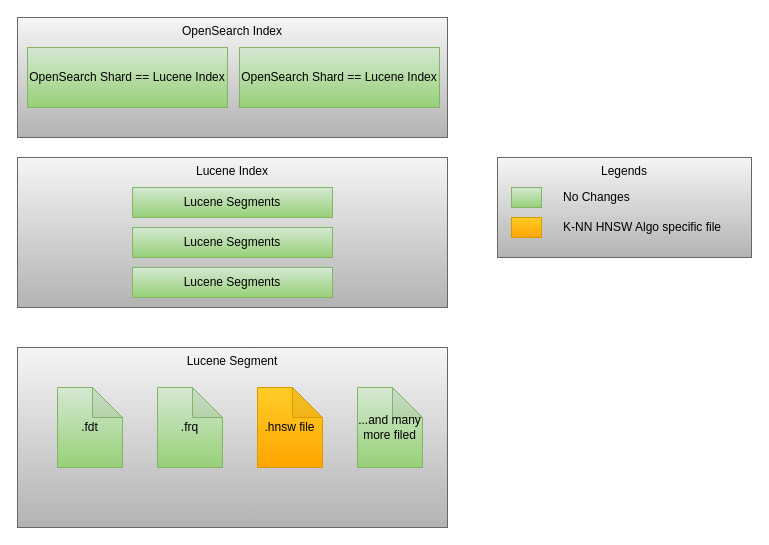
Earlier version of the draw.io diagram page "Architecture HLD" (2 of 2) of OpenSearch/FaissEfficientFiltering.drawio (navneet1v/FlowDiagram). Source tidied: cells renumbered, new cells numbered last; positions are measured from the earlier drawing's top-left corner, leaving out a move shared by most shapes. Both pictures are drawn from the tidied source at 100%, with x=0, y=0 at pixel (17, 17).
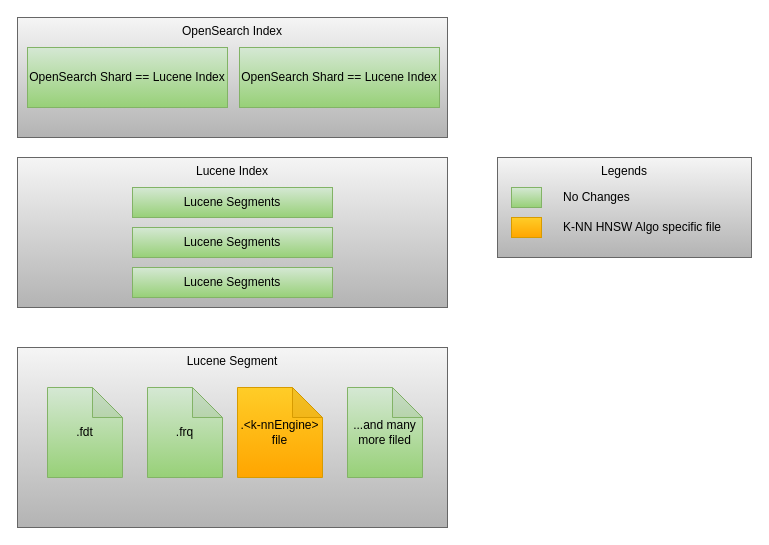
The same diagram, later.

Diff of the diagram source:
```diff
@@
 <mxGraphModel>
   <root>
     <mxCell id="0" />
     <mxCell id="1" parent="0" />
     <mxCell id="2" value="OpenSearch Index" style="rounded=0;whiteSpace=wrap;html=1;verticalAlign=top;fillColor=#f5f5f5;gradientColor=#b3b3b3;strokeColor=#666666;" parent="1" vertex="1">
       <mxGeometry width="430" height="120" as="geometry" />
     </mxCell>
     <mxCell id="3" value="Lucene Index" style="rounded=0;whiteSpace=wrap;html=1;verticalAlign=top;fillColor=#f5f5f5;gradientColor=#b3b3b3;strokeColor=#666666;" parent="1" vertex="1">
       <mxGeometry y="140" width="430" height="150" as="geometry" />
     </mxCell>
     <mxCell id="4" value="Lucene Segment" style="rounded=0;whiteSpace=wrap;html=1;verticalAlign=top;fillColor=#f5f5f5;gradientColor=#b3b3b3;strokeColor=#666666;" parent="1" vertex="1">
       <mxGeometry y="330" width="430" height="180" as="geometry" />
     </mxCell>
     <mxCell id="5" value="OpenSearch Shard == Lucene Index" style="rounded=0;whiteSpace=wrap;html=1;fillColor=#d5e8d4;gradientColor=#97d077;strokeColor=#82b366;" parent="1" vertex="1">
       <mxGeometry x="10" y="30" width="200" height="60" as="geometry" />
     </mxCell>
     <mxCell id="6" value="OpenSearch Shard == Lucene Index" style="rounded=0;whiteSpace=wrap;html=1;fillColor=#d5e8d4;gradientColor=#97d077;strokeColor=#82b366;" parent="1" vertex="1">
       <mxGeometry x="222" y="30" width="200" height="60" as="geometry" />
     </mxCell>
     <mxCell id="7" value="Lucene Segments" style="rounded=0;whiteSpace=wrap;html=1;fillColor=#d5e8d4;gradientColor=#97d077;strokeColor=#82b366;" parent="1" vertex="1">
       <mxGeometry x="115" y="170" width="200" height="30" as="geometry" />
     </mxCell>
     <mxCell id="8" value="Lucene Segments" style="rounded=0;whiteSpace=wrap;html=1;fillColor=#d5e8d4;gradientColor=#97d077;strokeColor=#82b366;" parent="1" vertex="1">
       <mxGeometry x="115" y="210" width="200" height="30" as="geometry" />
     </mxCell>
     <mxCell id="9" value="Lucene Segments" style="rounded=0;whiteSpace=wrap;html=1;fillColor=#d5e8d4;gradientColor=#97d077;strokeColor=#82b366;" parent="1" vertex="1">
       <mxGeometry x="115" y="250" width="200" height="30" as="geometry" />
     </mxCell>
     <mxCell id="10" value=".frq" style="shape=note;whiteSpace=wrap;html=1;backgroundOutline=1;darkOpacity=0.05;fillColor=#d5e8d4;gradientColor=#97d077;strokeColor=#82b366;" parent="1" vertex="1">
-      <mxGeometry x="140" y="370" width="65" height="80" as="geometry" />
+      <mxGeometry x="130" y="370" width="75" height="90" as="geometry" />
     </mxCell>
-    <mxCell id="11" value=".hnsw file" style="shape=note;whiteSpace=wrap;html=1;backgroundOutline=1;darkOpacity=0.05;fillColor=#ffcd28;gradientColor=#ffa500;strokeColor=#d79b00;" parent="1" vertex="1">
-      <mxGeometry x="240" y="370" width="65" height="80" as="geometry" />
+    <mxCell id="11" value=".&amp;lt;k-nnEngine&amp;gt; file" style="shape=note;whiteSpace=wrap;html=1;backgroundOutline=1;darkOpacity=0.05;fillColor=#ffcd28;gradientColor=#ffa500;strokeColor=#d79b00;" parent="1" vertex="1">
+      <mxGeometry x="220" y="370" width="85" height="90" as="geometry" />
     </mxCell>
     <mxCell id="12" value="...and many more filed" style="shape=note;whiteSpace=wrap;html=1;backgroundOutline=1;darkOpacity=0.05;fillColor=#d5e8d4;gradientColor=#97d077;strokeColor=#82b366;" parent="1" vertex="1">
-      <mxGeometry x="340" y="370" width="65" height="80" as="geometry" />
+      <mxGeometry x="330" y="370" width="75" height="90" as="geometry" />
     </mxCell>
     <mxCell id="13" value=".fdt" style="shape=note;whiteSpace=wrap;html=1;backgroundOutline=1;darkOpacity=0.05;fillColor=#d5e8d4;gradientColor=#97d077;strokeColor=#82b366;" parent="1" vertex="1">
-      <mxGeometry x="40" y="370" width="65" height="80" as="geometry" />
+      <mxGeometry x="30" y="370" width="75" height="90" as="geometry" />
     </mxCell>
     <mxCell id="14" value="Legends" style="rounded=0;whiteSpace=wrap;html=1;verticalAlign=top;fillColor=#f5f5f5;gradientColor=#b3b3b3;strokeColor=#666666;" parent="1" vertex="1">
       <mxGeometry x="480" y="140" width="254" height="100" as="geometry" />
     </mxCell>
     <mxCell id="15" style="rounded=0;whiteSpace=wrap;html=1;fillColor=#d5e8d4;gradientColor=#97d077;strokeColor=#82b366;" parent="1" vertex="1">
       <mxGeometry x="494" y="170" width="30" height="20" as="geometry" />
     </mxCell>
     <mxCell id="16" value="No Changes&amp;nbsp;" style="text;html=1;strokeColor=none;fillColor=none;align=left;verticalAlign=middle;whiteSpace=wrap;rounded=0;" parent="1" vertex="1">
       <mxGeometry x="544" y="165" width="180" height="30" as="geometry" />
     </mxCell>
     <mxCell id="17" style="rounded=0;whiteSpace=wrap;html=1;fillColor=#ffcd28;gradientColor=#ffa500;strokeColor=#d79b00;" parent="1" vertex="1">
       <mxGeometry x="494" y="200" width="30" height="20" as="geometry" />
     </mxCell>
     <mxCell id="18" value="K-NN HNSW Algo specific file" style="text;html=1;strokeColor=none;fillColor=none;align=left;verticalAlign=middle;whiteSpace=wrap;rounded=0;" parent="1" vertex="1">
       <mxGeometry x="544" y="195" width="180" height="30" as="geometry" />
     </mxCell>
   </root>
 </mxGraphModel>
```
